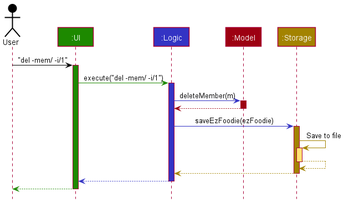
Earlier version of the PlantUML export docs/images/ArchitectureSequenceDiagram.png (zzybluebell/tp).
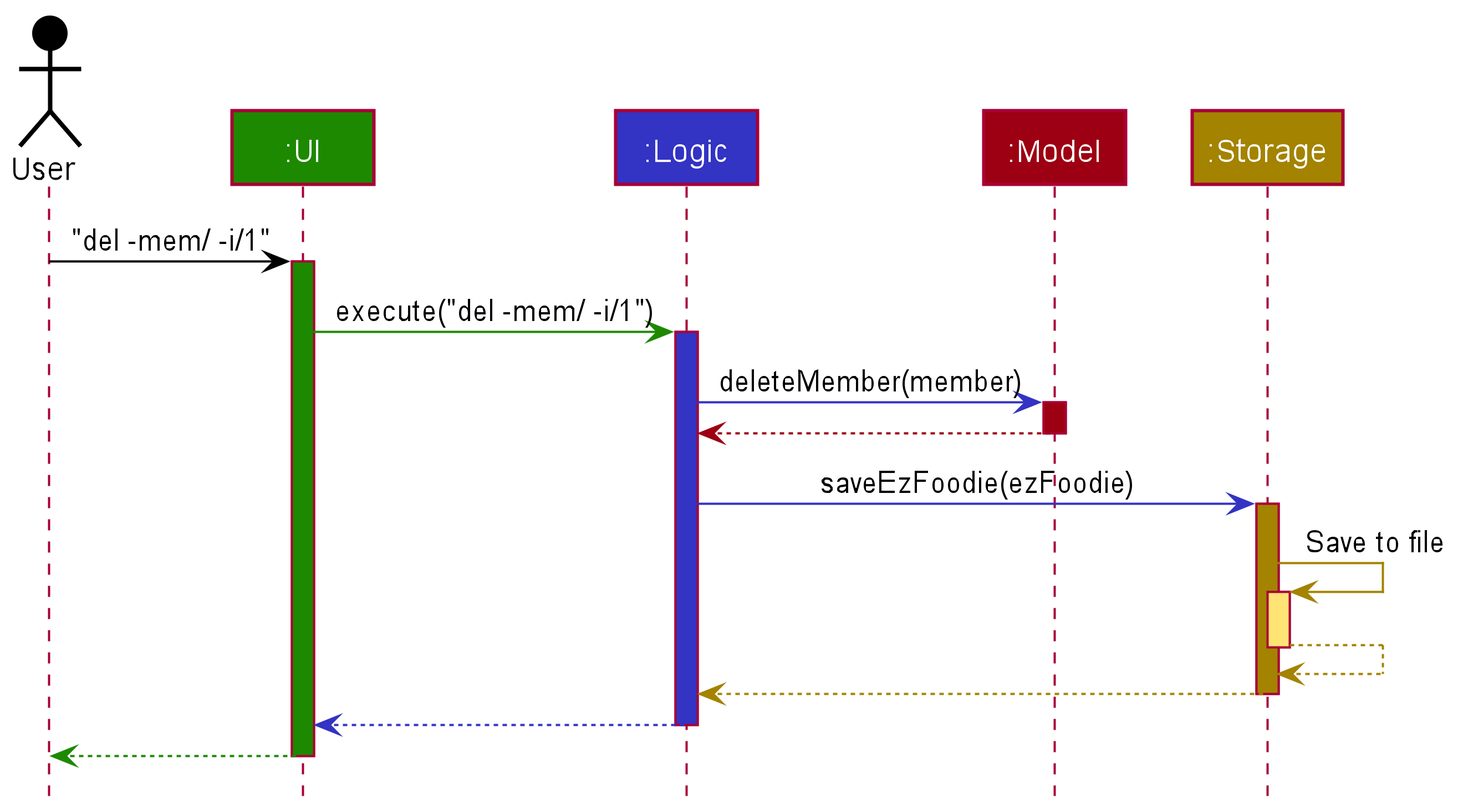
After the change.

Change to the diagram source:
```diff
@@ -13,7 +13,7 @@
 ui -[UI_COLOR]> logic : execute("del -mem/ -i/1")
 activate logic LOGIC_COLOR
 
-logic -[LOGIC_COLOR]> model : deleteMember(m)
+logic -[LOGIC_COLOR]> model : deleteMember(member)
 activate model MODEL_COLOR
 
 model -[MODEL_COLOR]-> logic
```
